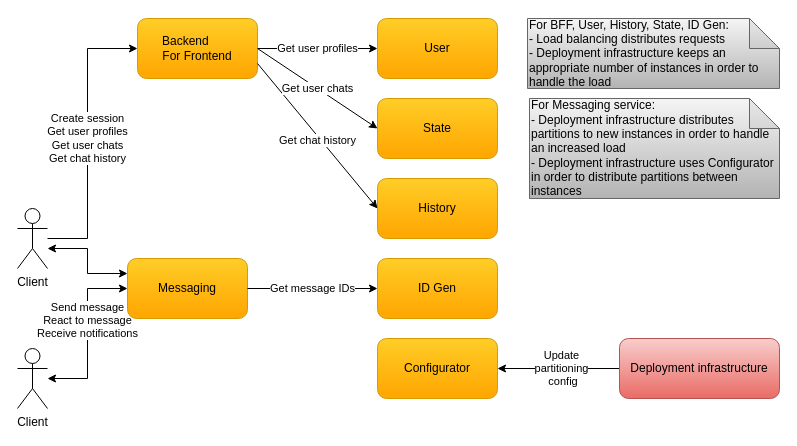
Earlier version of the draw.io diagram docs/diagrams/cecochat-07-deployment.drawio (cvetomir-todorov/CecoChat). Source tidied: cells renumbered, new cells numbered last; positions are measured from the earlier drawing's top-left corner, leaving out a move shared by most shapes. Both pictures are drawn from the tidied source at 100%, with x=0, y=0 at pixel (17, 18).
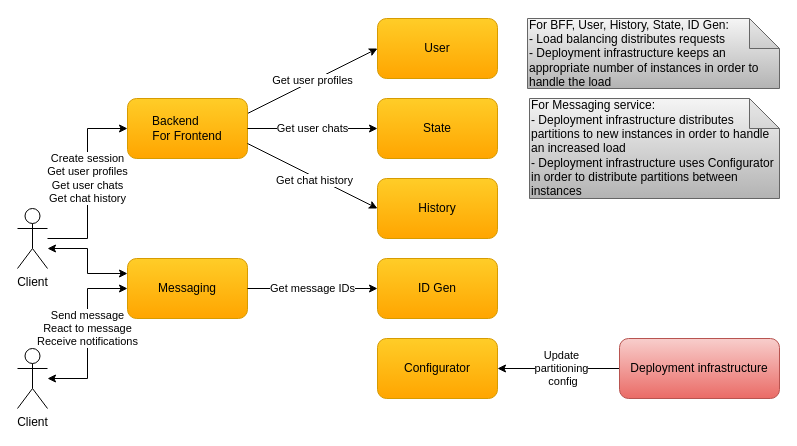
The same page after the edit.

Unchanged cells that the change refers to:
```xml
<mxCell id="7" value="Client" style="shape=umlActor;verticalLabelPosition=bottom;verticalAlign=top;html=1;outlineConnect=0;" parent="1" vertex="1">
  <mxGeometry y="190" width="30" height="60" as="geometry" />
</mxCell>
<mxCell id="9" value="Client" style="shape=umlActor;verticalLabelPosition=bottom;verticalAlign=top;html=1;outlineConnect=0;" parent="1" vertex="1">
  <mxGeometry y="330" width="30" height="60" as="geometry" />
</mxCell>
<mxCell id="10" value="&lt;font style=&quot;font-size: 12px&quot;&gt;Messaging&lt;/font&gt;" style="rounded=1;whiteSpace=wrap;html=1;gradientColor=#ffa500;fillColor=#ffcd28;strokeColor=#d79b00;" parent="1" vertex="1">
  <mxGeometry x="110" y="240" width="120" height="60" as="geometry" />
</mxCell>
<mxCell id="12" value="&lt;font style=&quot;font-size: 12px&quot;&gt;History&lt;/font&gt;" style="rounded=1;whiteSpace=wrap;html=1;gradientColor=#ffa500;fillColor=#ffcd28;strokeColor=#d79b00;" parent="1" vertex="1">
  <mxGeometry x="360" y="160" width="120" height="60" as="geometry" />
</mxCell>
<mxCell id="21" value="&lt;font style=&quot;font-size: 12px&quot;&gt;User&lt;/font&gt;" style="rounded=1;whiteSpace=wrap;html=1;gradientColor=#ffa500;fillColor=#ffcd28;strokeColor=#d79b00;" parent="1" vertex="1">
  <mxGeometry x="360" width="120" height="60" as="geometry" />
</mxCell>
```

Change to the diagram source:
```diff
@@
     <mxCell id="6" value="Create session&lt;br&gt;Get user profiles&lt;br&gt;Get user chats&lt;br&gt;Get chat history" style="edgeStyle=orthogonalEdgeStyle;rounded=0;jettySize=auto;html=1;entryX=0;entryY=0.5;entryDx=0;entryDy=0;" parent="1" edge="1" source="7" target="16">
-      <mxGeometry relative="1" as="geometry">
+      <mxGeometry x="0.05" relative="1" as="geometry">
         <Array as="points">
           <mxPoint x="70" y="220" />
-          <mxPoint x="70" y="30" />
+          <mxPoint x="70" y="110" />
         </Array>
       </mxGeometry>
     </mxCell>
@@
     <mxCell id="8" value="Send message&lt;br&gt;React to message&lt;br&gt;Receive notifications" style="edgeStyle=orthogonalEdgeStyle;rounded=0;jettySize=auto;html=1;entryX=0;entryY=0.5;entryDx=0;entryDy=0;startArrow=classic;startFill=1;" parent="1" edge="1" source="9" target="10">
-      <mxGeometry x="0.15" relative="1" as="geometry" />
+      <mxGeometry x="0.06" relative="1" as="geometry" />
     </mxCell>
@@
-    <mxCell id="15" value="Get user profiles" style="edgeStyle=orthogonalEdgeStyle;rounded=0;jettySize=auto;html=1;entryX=0;entryY=0.5;entryDx=0;entryDy=0;" parent="1" edge="1" source="16" target="21">
+    <mxCell id="15" value="Get user profiles" style="rounded=0;jettySize=auto;html=1;entryX=0;entryY=0.5;entryDx=0;entryDy=0;exitX=1;exitY=0.25;exitDx=0;exitDy=0;" parent="1" edge="1" source="16" target="21">
       <mxGeometry relative="1" as="geometry" />
     </mxCell>
     <mxCell id="16" value="&lt;font style=&quot;font-size: 12px&quot;&gt;Backend&amp;nbsp; &amp;nbsp; &amp;nbsp; &amp;nbsp;&lt;br&gt;For Frontend&lt;/font&gt;" style="rounded=1;whiteSpace=wrap;html=1;gradientColor=#ffa500;fillColor=#ffcd28;strokeColor=#d79b00;" parent="1" vertex="1">
-      <mxGeometry x="120" width="120" height="60" as="geometry" />
+      <mxGeometry x="110" y="80" width="120" height="60" as="geometry" />
     </mxCell>
@@
-    <mxCell id="18" value="Get chat history" style="endArrow=classic;html=1;exitX=1;exitY=0.75;exitDx=0;exitDy=0;entryX=0;entryY=0.5;entryDx=0;entryDy=0;" parent="1" edge="1" source="16" target="12">
+    <mxCell id="18" value="Get chat history" style="endArrow=classic;html=1;entryX=0;entryY=0.5;entryDx=0;entryDy=0;exitX=1;exitY=0.75;exitDx=0;exitDy=0;" parent="1" edge="1" source="16" target="12">
       <mxGeometry x="0.04" y="-3" relative="1" as="geometry" />
     </mxCell>
```
